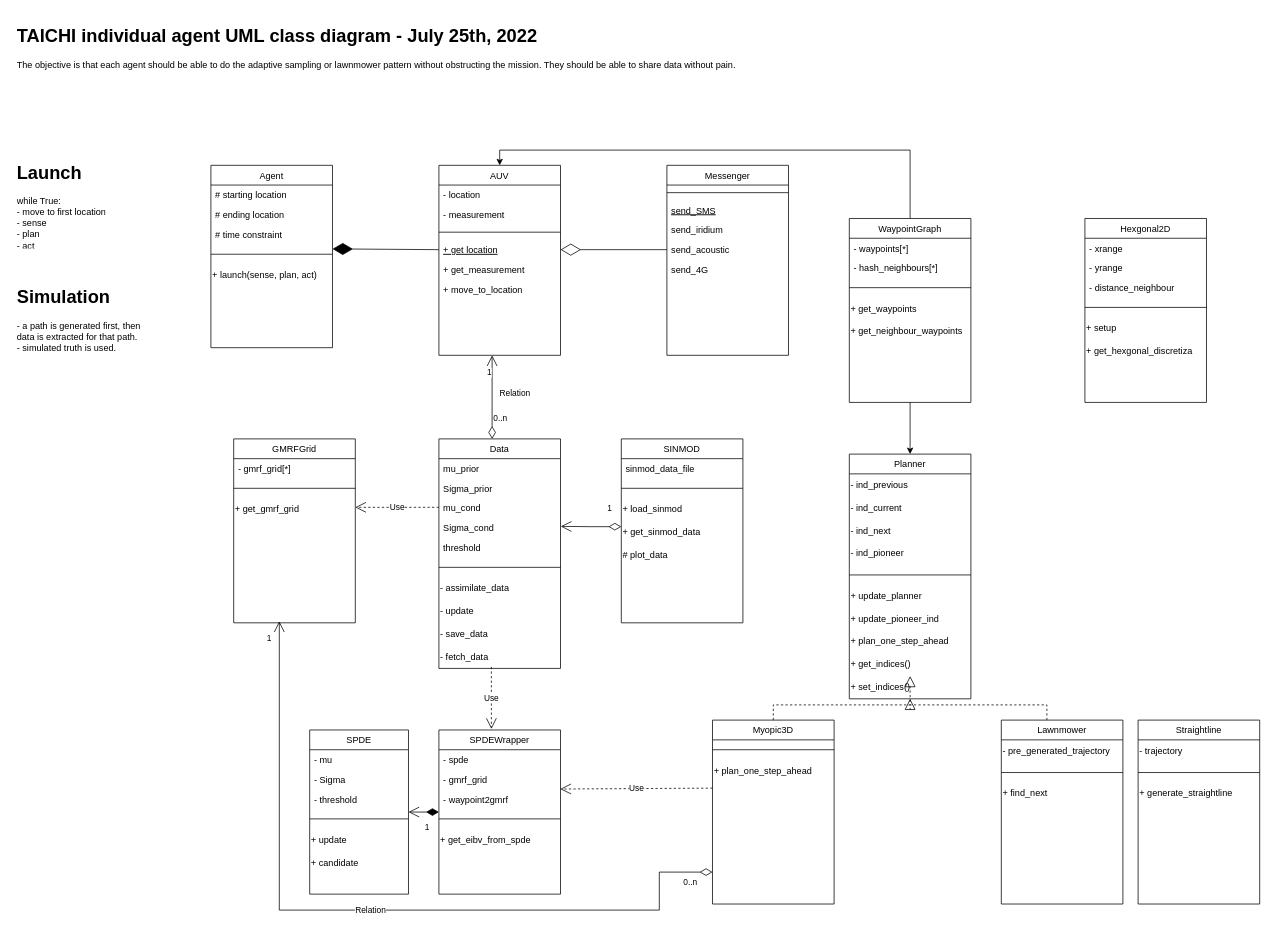
MASCOT-NTNU/TAICHI keeps this draw.io diagram as SystemDesign/TAICHI_UML_Class.drawio. Above is the earlier version. Source tidied: cells renumbered, new cells numbered last; positions are measured from the earlier drawing's top-left corner, leaving out a move shared by most shapes. Both pictures are drawn from the tidied source at 76%, with x=0, y=0 at pixel (13, 21).
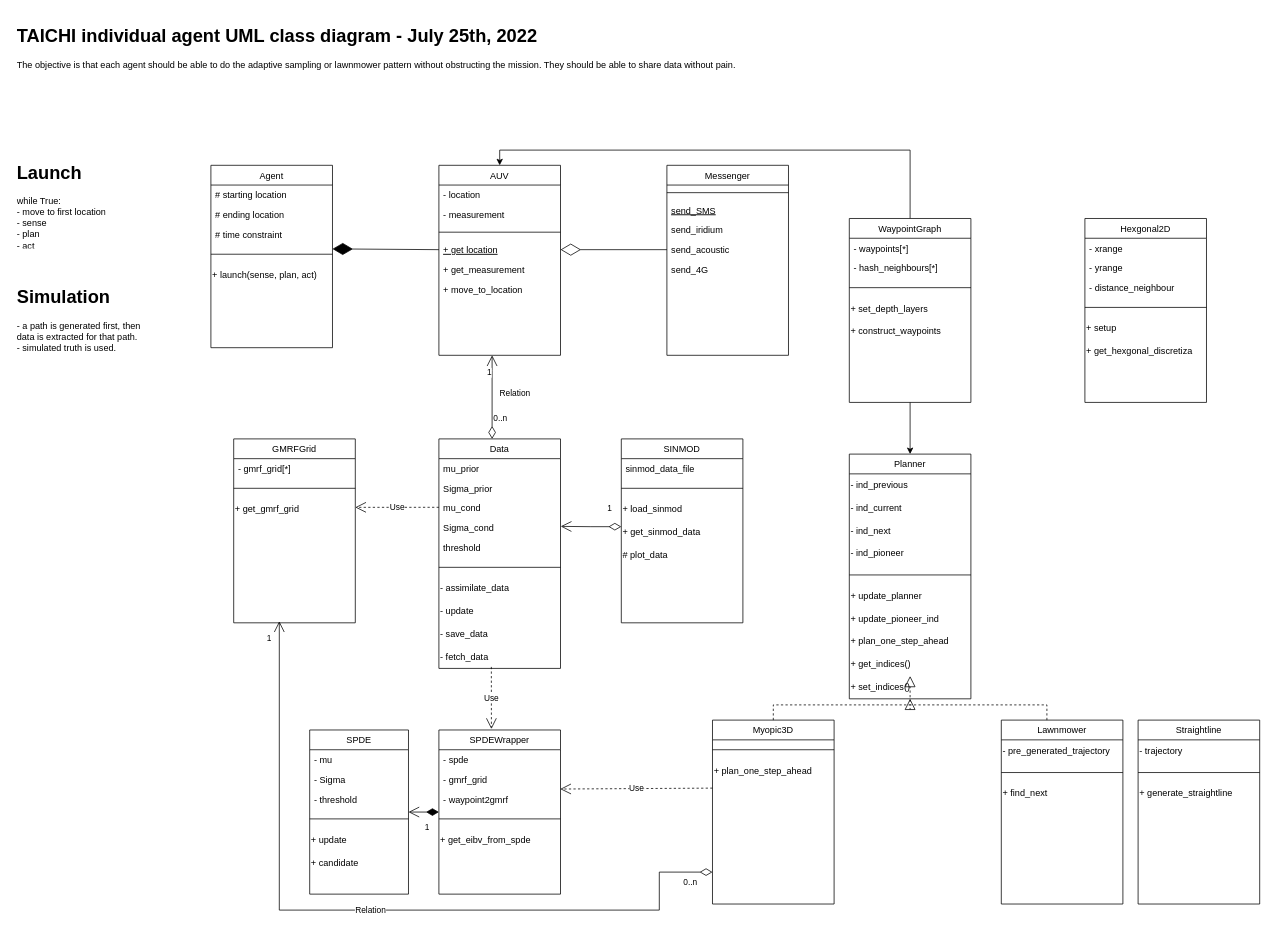
After the change.

Unchanged cells that the change refers to:
```xml
<mxCell id="97" value="WaypointGraph" style="swimlane;fontStyle=0;align=center;verticalAlign=top;horizontal=1;startSize=26;rounded=0;shadow=0;strokeWidth=1;" parent="1" vertex="1">
  <mxGeometry x="1100" y="260" width="160" height="242" as="geometry" />
</mxCell>
```

Diff of the diagram source:
```diff
@@
-    <mxCell id="101" value="+ get_waypoints" style="text;html=1;strokeColor=none;fillColor=none;align=left;verticalAlign=middle;whiteSpace=wrap;rounded=0;" parent="97" vertex="1">
+    <mxCell id="101" value="+ set_depth_layers" style="text;html=1;strokeColor=none;fillColor=none;align=left;verticalAlign=middle;whiteSpace=wrap;rounded=0;" parent="97" vertex="1">
       <mxGeometry y="104" width="160" height="30" as="geometry" />
     </mxCell>
-    <mxCell id="102" value="+ get_neighbour_waypoints" style="text;html=1;strokeColor=none;fillColor=none;align=left;verticalAlign=middle;whiteSpace=wrap;rounded=0;" parent="97" vertex="1">
+    <mxCell id="102" value="+ construct_waypoints" style="text;html=1;strokeColor=none;fillColor=none;align=left;verticalAlign=middle;whiteSpace=wrap;rounded=0;" parent="97" vertex="1">
       <mxGeometry y="134" width="160" height="30" as="geometry" />
     </mxCell>
```
